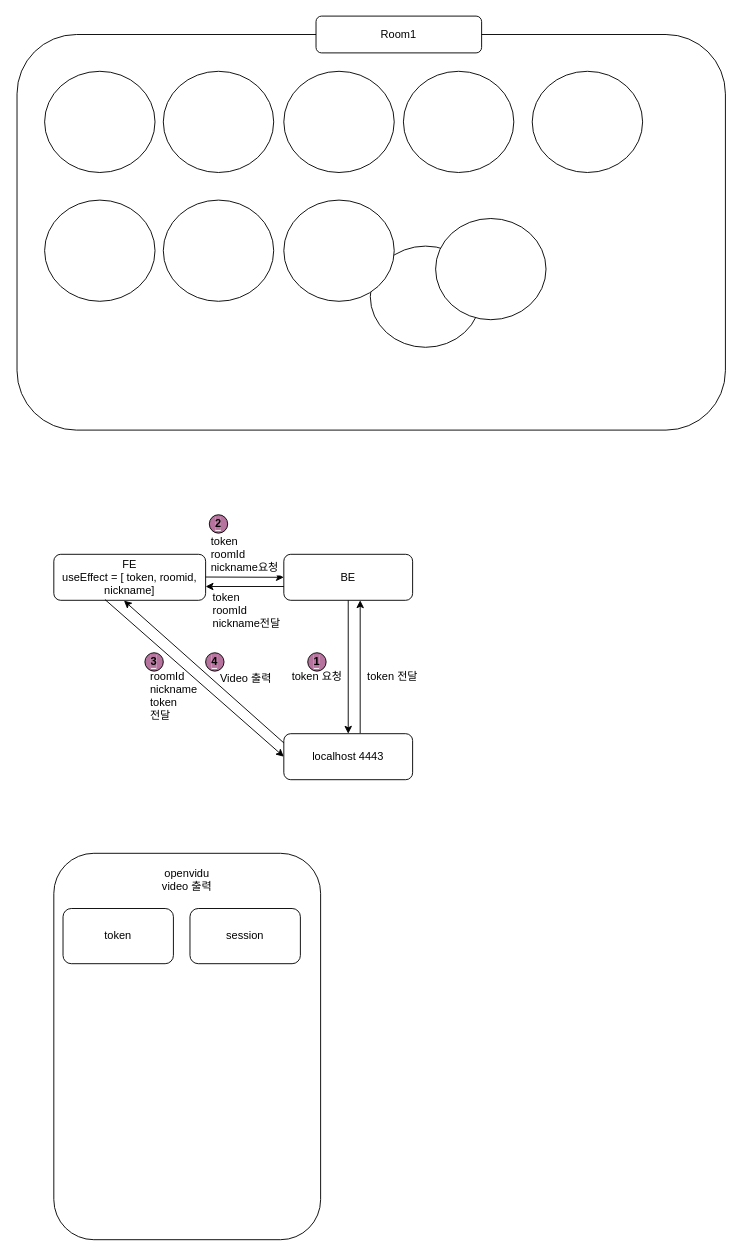
Before: Untitled Diagram.drawio in Ryangsu/mini01_FDP, a draw.io diagram. Source tidied: cells renumbered, new cells numbered last; positions are measured from the earlier drawing's top-left corner, leaving out a move shared by most shapes. Both pictures are drawn from the tidied source at 92%, with x=0, y=0 at pixel (17, 16).
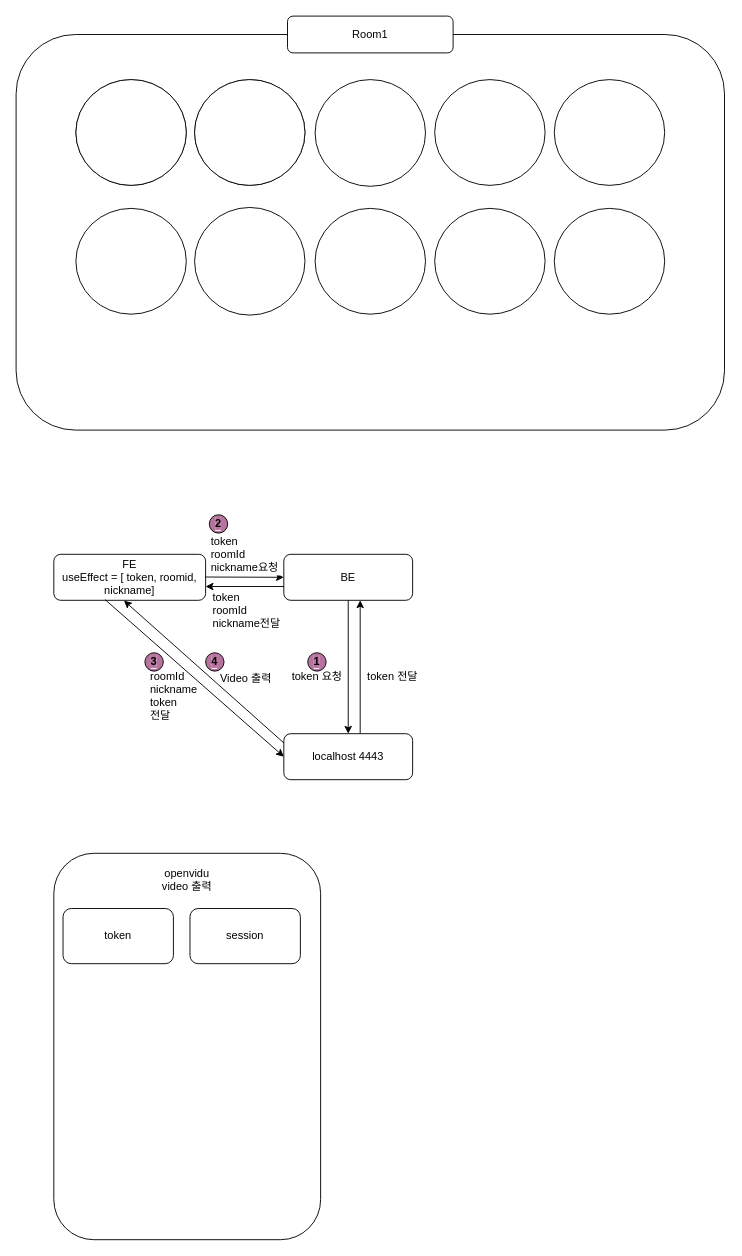
Above is the later version.

What changed in the source:
```diff
@@
     <mxCell id="24" style="rounded=1;whiteSpace=wrap;html=1;labelBackgroundColor=none;fontColor=#000000;fillColor=#FFFFFF;" parent="1" vertex="1">
-      <mxGeometry y="20" width="770" height="430" as="geometry" />
+      <mxGeometry x="-1" y="20" width="770" height="430" as="geometry" />
     </mxCell>
     <mxCell id="25" value="Room1" style="rounded=1;whiteSpace=wrap;html=1;labelBackgroundColor=none;fontColor=#000000;fillColor=#FFFFFF;" parent="1" vertex="1">
-      <mxGeometry x="325" width="180" height="40" as="geometry" />
+      <mxGeometry x="294" width="180" height="40" as="geometry" />
     </mxCell>
     <mxCell id="26" style="ellipse;whiteSpace=wrap;html=1;labelBackgroundColor=none;fontColor=#000000;fillColor=#FFFFFF;" parent="1" vertex="1">
-      <mxGeometry x="30" y="60" width="120" height="110" as="geometry" />
+      <mxGeometry x="64" y="69" width="120" height="115" as="geometry" />
     </mxCell>
     <mxCell id="27" style="ellipse;whiteSpace=wrap;html=1;labelBackgroundColor=none;fontColor=#000000;fillColor=#FFFFFF;" parent="1" vertex="1">
-      <mxGeometry x="384" y="250" width="120" height="110" as="geometry" />
+      <mxGeometry x="454" y="209" width="120" height="115" as="geometry" />
     </mxCell>
     <mxCell id="28" style="ellipse;whiteSpace=wrap;html=1;labelBackgroundColor=none;fontColor=#000000;fillColor=#FFFFFF;" parent="1" vertex="1">
-      <mxGeometry x="30" y="200" width="120" height="110" as="geometry" />
+      <mxGeometry x="64" y="209" width="120" height="115" as="geometry" />
     </mxCell>
     <mxCell id="29" style="ellipse;whiteSpace=wrap;html=1;labelBackgroundColor=none;fontColor=#000000;fillColor=#FFFFFF;" parent="1" vertex="1">
-      <mxGeometry x="455" y="220" width="120" height="110" as="geometry" />
+      <mxGeometry x="584" y="209" width="120" height="115" as="geometry" />
     </mxCell>
     <mxCell id="30" style="ellipse;whiteSpace=wrap;html=1;labelBackgroundColor=none;fontColor=#000000;fillColor=#FFFFFF;" parent="1" vertex="1">
-      <mxGeometry x="420" y="60" width="120" height="110" as="geometry" />
+      <mxGeometry x="454" y="69" width="120" height="115" as="geometry" />
     </mxCell>
     <mxCell id="31" style="ellipse;whiteSpace=wrap;html=1;labelBackgroundColor=none;fontColor=#000000;fillColor=#FFFFFF;" parent="1" vertex="1">
-      <mxGeometry x="290" y="60" width="120" height="110" as="geometry" />
+      <mxGeometry x="324" y="69" width="120" height="116" as="geometry" />
     </mxCell>
     <mxCell id="32" style="ellipse;whiteSpace=wrap;html=1;labelBackgroundColor=none;fontColor=#000000;fillColor=#FFFFFF;" parent="1" vertex="1">
-      <mxGeometry x="290" y="200" width="120" height="110" as="geometry" />
+      <mxGeometry x="324" y="209" width="120" height="115" as="geometry" />
     </mxCell>
     <mxCell id="33" style="ellipse;whiteSpace=wrap;html=1;labelBackgroundColor=none;fontColor=#000000;fillColor=#FFFFFF;" parent="1" vertex="1">
-      <mxGeometry x="159" y="200" width="120" height="110" as="geometry" />
+      <mxGeometry x="193" y="208" width="120" height="117" as="geometry" />
     </mxCell>
     <mxCell id="34" style="ellipse;whiteSpace=wrap;html=1;labelBackgroundColor=none;fontColor=#000000;fillColor=#FFFFFF;" parent="1" vertex="1">
-      <mxGeometry x="159" y="60" width="120" height="110" as="geometry" />
+      <mxGeometry x="193" y="69" width="120" height="115" as="geometry" />
     </mxCell>
     <mxCell id="35" style="ellipse;whiteSpace=wrap;html=1;labelBackgroundColor=none;fontColor=#000000;fillColor=#FFFFFF;" parent="1" vertex="1">
-      <mxGeometry x="560" y="60" width="120" height="110" as="geometry" />
+      <mxGeometry x="584" y="69" width="120" height="115" as="geometry" />
     </mxCell>
+    <mxCell id="36" style="ellipse;whiteSpace=wrap;html=1;labelBackgroundColor=none;fontColor=#000000;fillColor=#FFFFFF;" parent="1" vertex="1">
+      <mxGeometry x="64" y="69" width="120" height="115" as="geometry" />
+    </mxCell>
+    <mxCell id="37" style="ellipse;whiteSpace=wrap;html=1;labelBackgroundColor=none;fontColor=#000000;fillColor=#FFFFFF;" parent="1" vertex="1">
+      <mxGeometry x="193" y="69" width="120" height="115" as="geometry" />
+    </mxCell>
```
